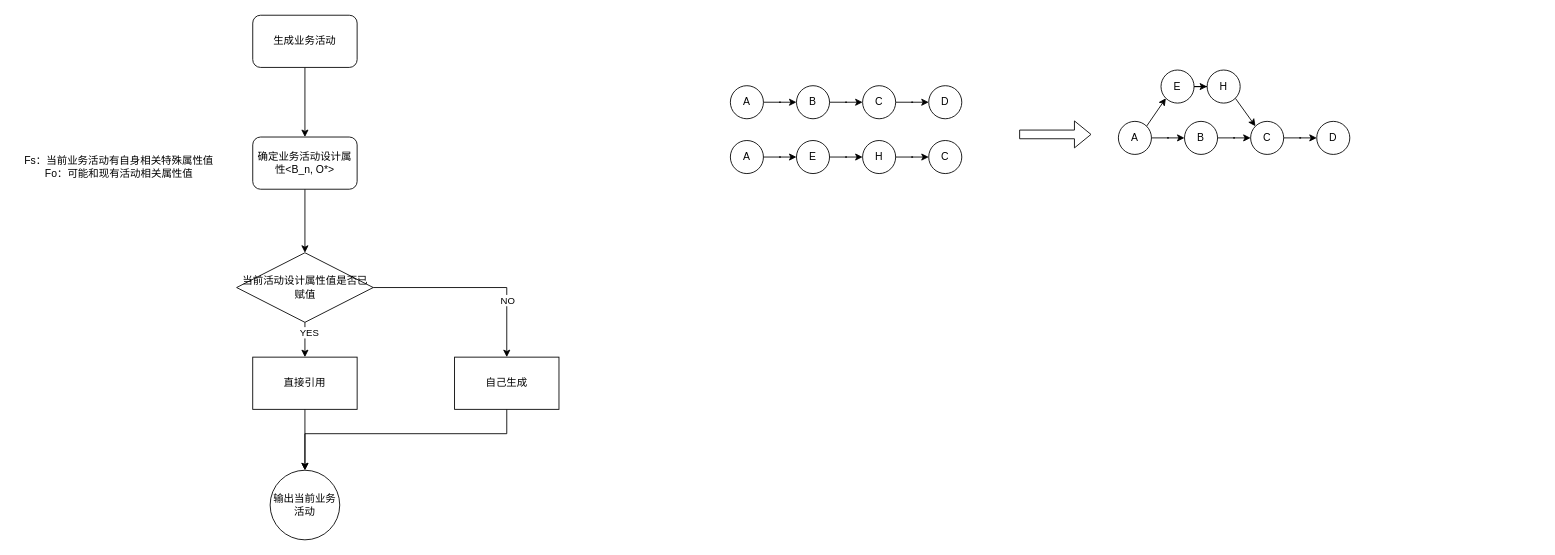
The draw.io diagram datagen.drawio in LiLiJacky/graphData, before the edit. Source tidied: cells renumbered, new cells numbered last; positions are measured from the earlier drawing's top-left corner, leaving out a move shared by most shapes. Both pictures are drawn from the tidied source at 87%, with x=0, y=0 at pixel (15, 15).
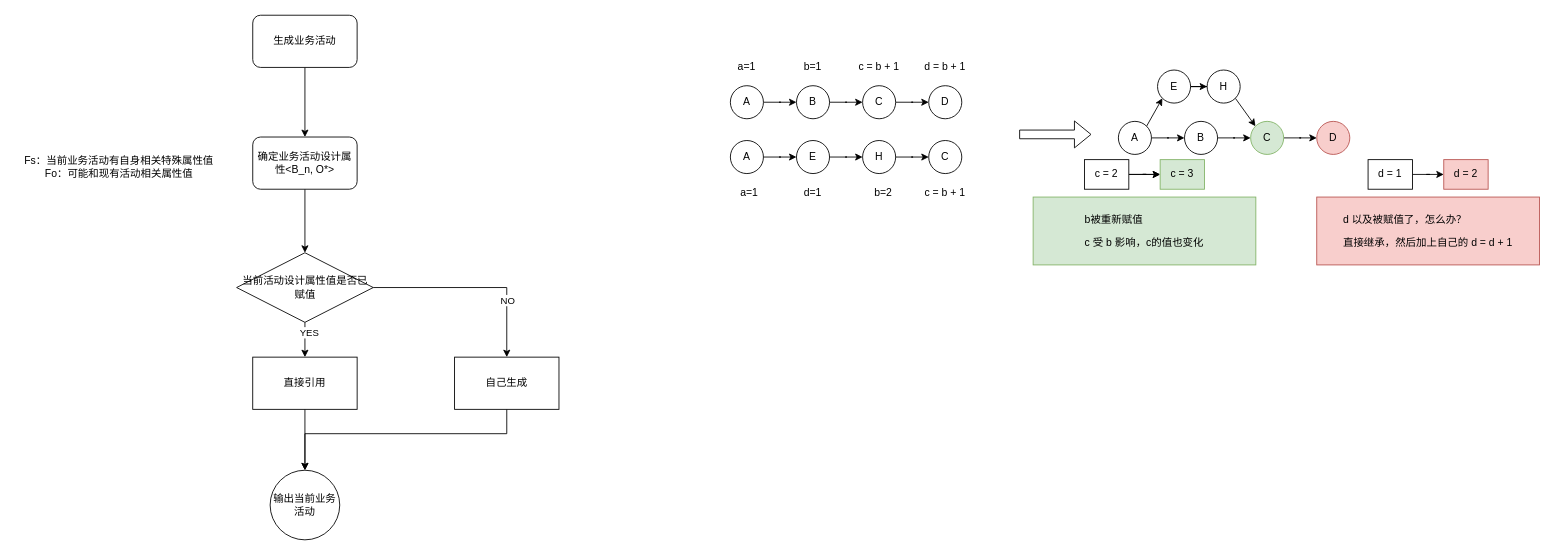
The same diagram, later.

Diff of the diagram source:
```diff
@@
-    <mxCell id="38" value="C" style="ellipse;whiteSpace=wrap;html=1;" parent="1" vertex="1">
+    <mxCell id="38" value="C" style="ellipse;whiteSpace=wrap;html=1;fillColor=#d5e8d4;strokeColor=#82b366;" parent="1" vertex="1">
       <mxGeometry x="1420" y="122" width="38" height="38" as="geometry" />
     </mxCell>
-    <mxCell id="39" value="D" style="ellipse;whiteSpace=wrap;html=1;" parent="1" vertex="1">
+    <mxCell id="39" value="D" style="ellipse;whiteSpace=wrap;html=1;fillColor=#f8cecc;strokeColor=#b85450;" parent="1" vertex="1">
       <mxGeometry x="1496" y="122" width="38" height="38" as="geometry" />
     </mxCell>
@@
     <mxCell id="41" value="E" style="ellipse;whiteSpace=wrap;html=1;" parent="1" vertex="1">
-      <mxGeometry x="1317" y="63" width="38" height="38" as="geometry" />
+      <mxGeometry x="1313" y="63" width="38" height="38" as="geometry" />
     </mxCell>
@@
+    <mxCell id="44" value="a=1" style="text;html=1;strokeColor=none;fillColor=none;align=center;verticalAlign=middle;whiteSpace=wrap;rounded=0;" parent="1" vertex="1">
+      <mxGeometry x="811" y="44" width="60" height="30" as="geometry" />
+    </mxCell>
+    <mxCell id="45" value="b=1" style="text;html=1;strokeColor=none;fillColor=none;align=center;verticalAlign=middle;whiteSpace=wrap;rounded=0;" parent="1" vertex="1">
+      <mxGeometry x="887" y="44" width="60" height="30" as="geometry" />
+    </mxCell>
+    <mxCell id="46" value="c = b + 1" style="text;html=1;strokeColor=none;fillColor=none;align=center;verticalAlign=middle;whiteSpace=wrap;rounded=0;" parent="1" vertex="1">
+      <mxGeometry x="963" y="44" width="60" height="30" as="geometry" />
+    </mxCell>
+    <mxCell id="47" value="d = b + 1" style="text;html=1;strokeColor=none;fillColor=none;align=center;verticalAlign=middle;whiteSpace=wrap;rounded=0;" parent="1" vertex="1">
+      <mxGeometry x="1039" y="44" width="60" height="30" as="geometry" />
+    </mxCell>
+    <mxCell id="48" value="a=1" style="text;html=1;strokeColor=none;fillColor=none;align=center;verticalAlign=middle;whiteSpace=wrap;rounded=0;" parent="1" vertex="1">
+      <mxGeometry x="814" y="189" width="60" height="30" as="geometry" />
+    </mxCell>
+    <mxCell id="49" value="d=1" style="text;html=1;strokeColor=none;fillColor=none;align=center;verticalAlign=middle;whiteSpace=wrap;rounded=0;" parent="1" vertex="1">
+      <mxGeometry x="887" y="189" width="60" height="30" as="geometry" />
+    </mxCell>
+    <mxCell id="50" value="b=2" style="text;html=1;strokeColor=none;fillColor=none;align=center;verticalAlign=middle;whiteSpace=wrap;rounded=0;" parent="1" vertex="1">
+      <mxGeometry x="968" y="189" width="60" height="30" as="geometry" />
+    </mxCell>
+    <mxCell id="51" value="c = b + 1" style="text;html=1;strokeColor=none;fillColor=none;align=center;verticalAlign=middle;whiteSpace=wrap;rounded=0;" parent="1" vertex="1">
+      <mxGeometry x="1039" y="189" width="60" height="30" as="geometry" />
+    </mxCell>
+    <mxCell id="52" value="&lt;p style=&quot;border-color: var(--border-color); text-align: left;&quot;&gt;d 以及被赋值了，怎么办？&lt;/p&gt;&lt;p style=&quot;border-color: var(--border-color); text-align: left;&quot;&gt;&lt;span style=&quot;background-color: initial;&quot;&gt;直接继承，然后加上自己的 d = d + 1&lt;/span&gt;&lt;/p&gt;" style="text;html=1;strokeColor=#b85450;fillColor=#f8cecc;align=center;verticalAlign=middle;whiteSpace=wrap;rounded=0;" parent="1" vertex="1">
+      <mxGeometry x="1496" y="209" width="256" height="78" as="geometry" />
+    </mxCell>
+    <mxCell id="53" style="edgeStyle=orthogonalEdgeStyle;rounded=0;jettySize=auto;html=1;" parent="1" edge="1" source="54" target="55">
+      <mxGeometry relative="1" as="geometry" />
+    </mxCell>
+    <mxCell id="54" value="d = 1" style="rounded=0;whiteSpace=wrap;html=1;" parent="1" vertex="1">
+      <mxGeometry x="1555" y="166" width="51" height="34" as="geometry" />
+    </mxCell>
+    <mxCell id="55" value="d = 2" style="rounded=0;whiteSpace=wrap;html=1;fillColor=#f8cecc;strokeColor=#b85450;" parent="1" vertex="1">
+      <mxGeometry x="1642" y="166" width="51" height="34" as="geometry" />
+    </mxCell>
+    <mxCell id="56" value="&lt;p style=&quot;border-color: var(--border-color); text-align: left;&quot;&gt;b被重新赋值&lt;/p&gt;&lt;p style=&quot;border-color: var(--border-color); text-align: left;&quot;&gt;c 受 b 影响，c的值也变化&lt;/p&gt;" style="text;html=1;strokeColor=#82b366;fillColor=#d5e8d4;align=center;verticalAlign=middle;whiteSpace=wrap;rounded=0;" parent="1" vertex="1">
+      <mxGeometry x="1170" y="209" width="256" height="78" as="geometry" />
+    </mxCell>
+    <mxCell id="57" style="edgeStyle=orthogonalEdgeStyle;rounded=0;jettySize=auto;html=1;" parent="1" edge="1" source="59" target="60">
+      <mxGeometry relative="1" as="geometry" />
+    </mxCell>
+    <mxCell id="58" style="edgeStyle=orthogonalEdgeStyle;rounded=0;jettySize=auto;html=1;" parent="1" edge="1" source="59" target="60">
+      <mxGeometry relative="1" as="geometry" />
+    </mxCell>
+    <mxCell id="59" value="c = 2" style="rounded=0;whiteSpace=wrap;html=1;" parent="1" vertex="1">
+      <mxGeometry x="1229" y="166" width="51" height="34" as="geometry" />
+    </mxCell>
+    <mxCell id="60" value="c = 3" style="rounded=0;whiteSpace=wrap;html=1;fillColor=#d5e8d4;strokeColor=#82b366;" parent="1" vertex="1">
+      <mxGeometry x="1316" y="166" width="51" height="34" as="geometry" />
+    </mxCell>
```
